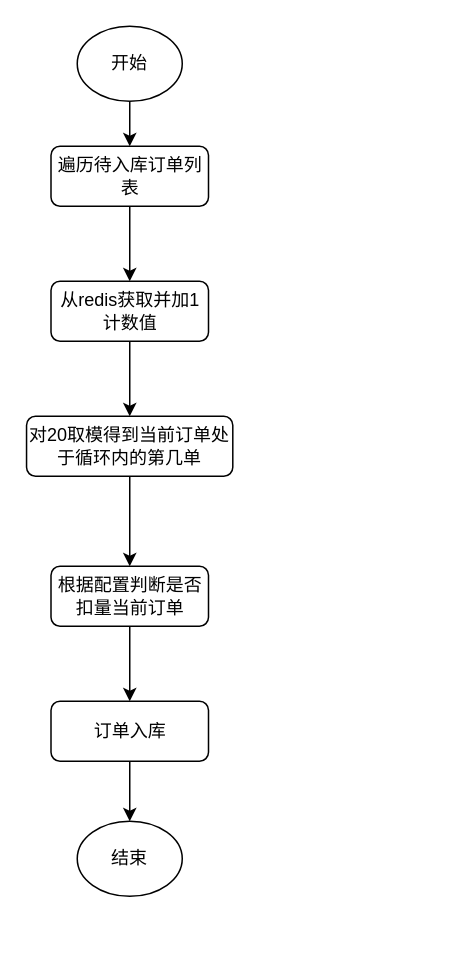
Above: 指定比例扣量.drawio in Willhow-Gao/drawIOStore (draw.io), before the change. Source tidied: cells renumbered, new cells numbered last; positions are measured from the earlier drawing's top-left corner, leaving out a move shared by most shapes. Both pictures are drawn from the tidied source at 150%, with x=0, y=0 at pixel (26, 26).
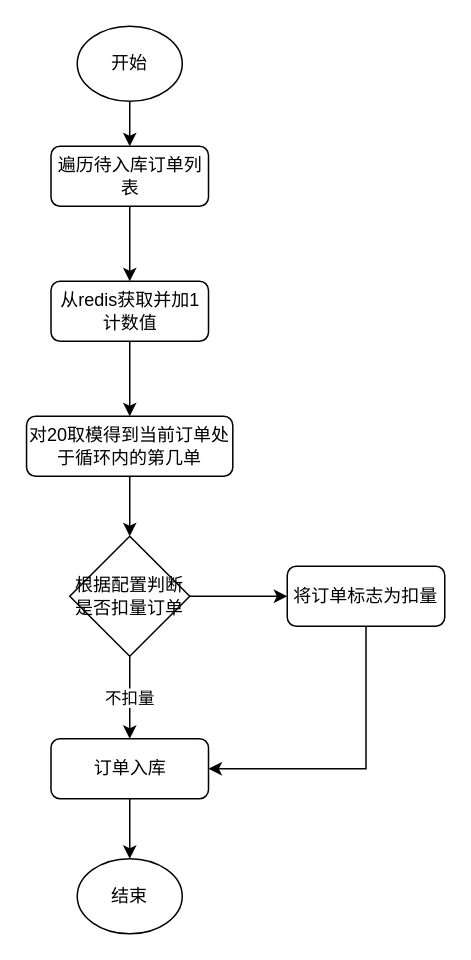
The same diagram, later.

Commit message (it also covers changes not shown here):
更新指定比例扣量.drawio

Change to the diagram source:
```diff
@@
 <mxGraphModel>
   <root>
     <mxCell id="0" />
     <mxCell id="1" parent="0" />
     <mxCell id="2" style="edgeStyle=orthogonalEdgeStyle;rounded=0;jettySize=auto;html=1;" parent="1" edge="1" source="3" target="5">
       <mxGeometry relative="1" as="geometry" />
     </mxCell>
     <mxCell id="3" value="开始" style="ellipse;whiteSpace=wrap;html=1;" parent="1" vertex="1">
       <mxGeometry x="34" width="70" height="50" as="geometry" />
     </mxCell>
     <mxCell id="4" style="edgeStyle=orthogonalEdgeStyle;rounded=0;jettySize=auto;html=1;entryX=0.5;entryY=0;entryDx=0;entryDy=0;" parent="1" edge="1" source="5" target="7">
       <mxGeometry relative="1" as="geometry" />
     </mxCell>
     <mxCell id="5" value="遍历待入库订单列表" style="rounded=1;whiteSpace=wrap;html=1;" parent="1" vertex="1">
       <mxGeometry x="16.5" y="80" width="105" height="40" as="geometry" />
     </mxCell>
     <mxCell id="6" style="edgeStyle=orthogonalEdgeStyle;rounded=0;jettySize=auto;html=1;" parent="1" edge="1" source="7" target="9">
       <mxGeometry relative="1" as="geometry" />
     </mxCell>
     <mxCell id="7" value="从redis获取并加1计数值" style="rounded=1;whiteSpace=wrap;html=1;" parent="1" vertex="1">
       <mxGeometry x="16.5" y="170" width="105" height="40" as="geometry" />
     </mxCell>
-    <mxCell id="8" style="edgeStyle=orthogonalEdgeStyle;rounded=0;jettySize=auto;html=1;" parent="1" edge="1" source="9" target="11">
-      <mxGeometry relative="1" as="geometry" />
-    </mxCell>
+    <mxCell id="15" style="edgeStyle=orthogonalEdgeStyle;rounded=0;jettySize=auto;html=1;" parent="1" edge="1" source="9" target="18">
+      <mxGeometry relative="1" as="geometry" />
+    </mxCell>
     <mxCell id="9" value="对20取模得到当前订单处于循环内的第几单" style="rounded=1;whiteSpace=wrap;html=1;" parent="1" vertex="1">
       <mxGeometry x="0.2" y="260" width="137.5" height="40" as="geometry" />
     </mxCell>
-    <mxCell id="10" style="edgeStyle=orthogonalEdgeStyle;rounded=0;jettySize=auto;html=1;" parent="1" edge="1" source="11" target="13">
-      <mxGeometry relative="1" as="geometry" />
-    </mxCell>
-    <mxCell id="11" value="根据配置判断是否扣量当前订单" style="rounded=1;whiteSpace=wrap;html=1;" parent="1" vertex="1">
-      <mxGeometry x="16.5" y="360" width="105" height="40" as="geometry" />
-    </mxCell>
     <mxCell id="12" style="edgeStyle=orthogonalEdgeStyle;rounded=0;jettySize=auto;html=1;" parent="1" edge="1" source="13" target="14">
       <mxGeometry relative="1" as="geometry" />
     </mxCell>
     <mxCell id="13" value="订单入库" style="rounded=1;whiteSpace=wrap;html=1;" parent="1" vertex="1">
-      <mxGeometry x="16.5" y="450" width="105" height="40" as="geometry" />
+      <mxGeometry x="16.5" y="475" width="105" height="40" as="geometry" />
     </mxCell>
     <mxCell id="14" value="结束" style="ellipse;whiteSpace=wrap;html=1;" parent="1" vertex="1">
-      <mxGeometry x="34" y="530" width="70" height="50" as="geometry" />
+      <mxGeometry x="34" y="555" width="70" height="50" as="geometry" />
     </mxCell>
+    <mxCell id="16" value="不扣量" style="edgeStyle=orthogonalEdgeStyle;rounded=0;jettySize=auto;html=1;" parent="1" edge="1" source="18" target="13">
+      <mxGeometry relative="1" as="geometry" />
+    </mxCell>
+    <mxCell id="17" style="edgeStyle=orthogonalEdgeStyle;rounded=0;jettySize=auto;html=1;" parent="1" edge="1" source="18" target="20">
+      <mxGeometry relative="1" as="geometry" />
+    </mxCell>
+    <mxCell id="18" value="根据配置判断是否扣量订单" style="rhombus;whiteSpace=wrap;html=1;" parent="1" vertex="1">
+      <mxGeometry x="29" y="340" width="80" height="80" as="geometry" />
+    </mxCell>
+    <mxCell id="19" style="edgeStyle=orthogonalEdgeStyle;rounded=0;jettySize=auto;html=1;entryX=1;entryY=0.5;entryDx=0;entryDy=0;" parent="1" edge="1" source="20" target="13">
+      <mxGeometry relative="1" as="geometry">
+        <Array as="points">
+          <mxPoint x="227" y="495" />
+        </Array>
+      </mxGeometry>
+    </mxCell>
+    <mxCell id="20" value="将订单标志为扣量" style="rounded=1;whiteSpace=wrap;html=1;" parent="1" vertex="1">
+      <mxGeometry x="174" y="360" width="105" height="40" as="geometry" />
+    </mxCell>
   </root>
 </mxGraphModel>
```
